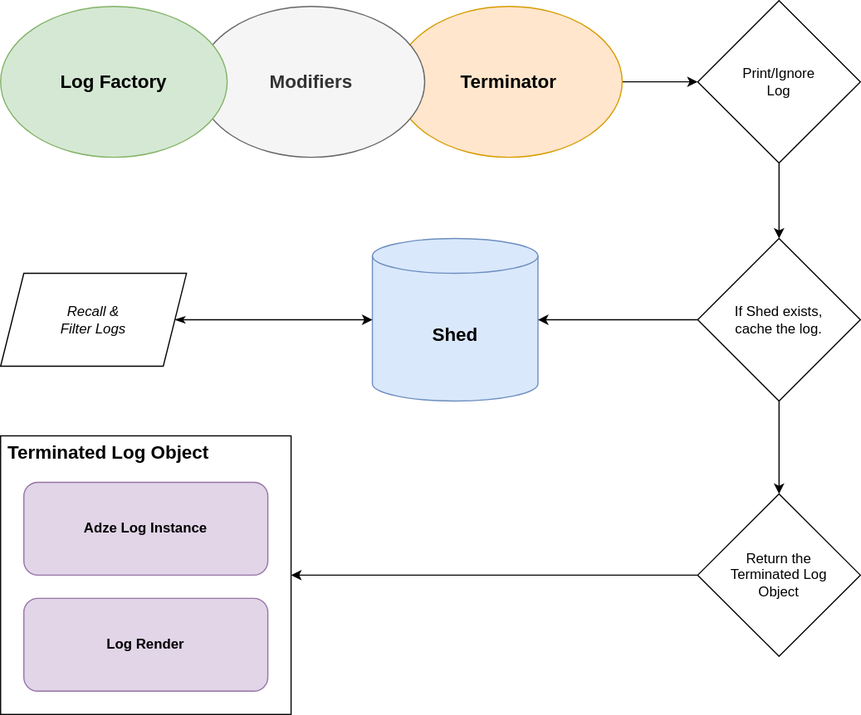
The draw.io diagram docs/assets/basic-architecture.svg in adzejs/adze, before a commit. Source tidied: cells renumbered, new cells last; positions are measured from the earlier drawing's top-left corner, leaving out a move shared by most shapes.
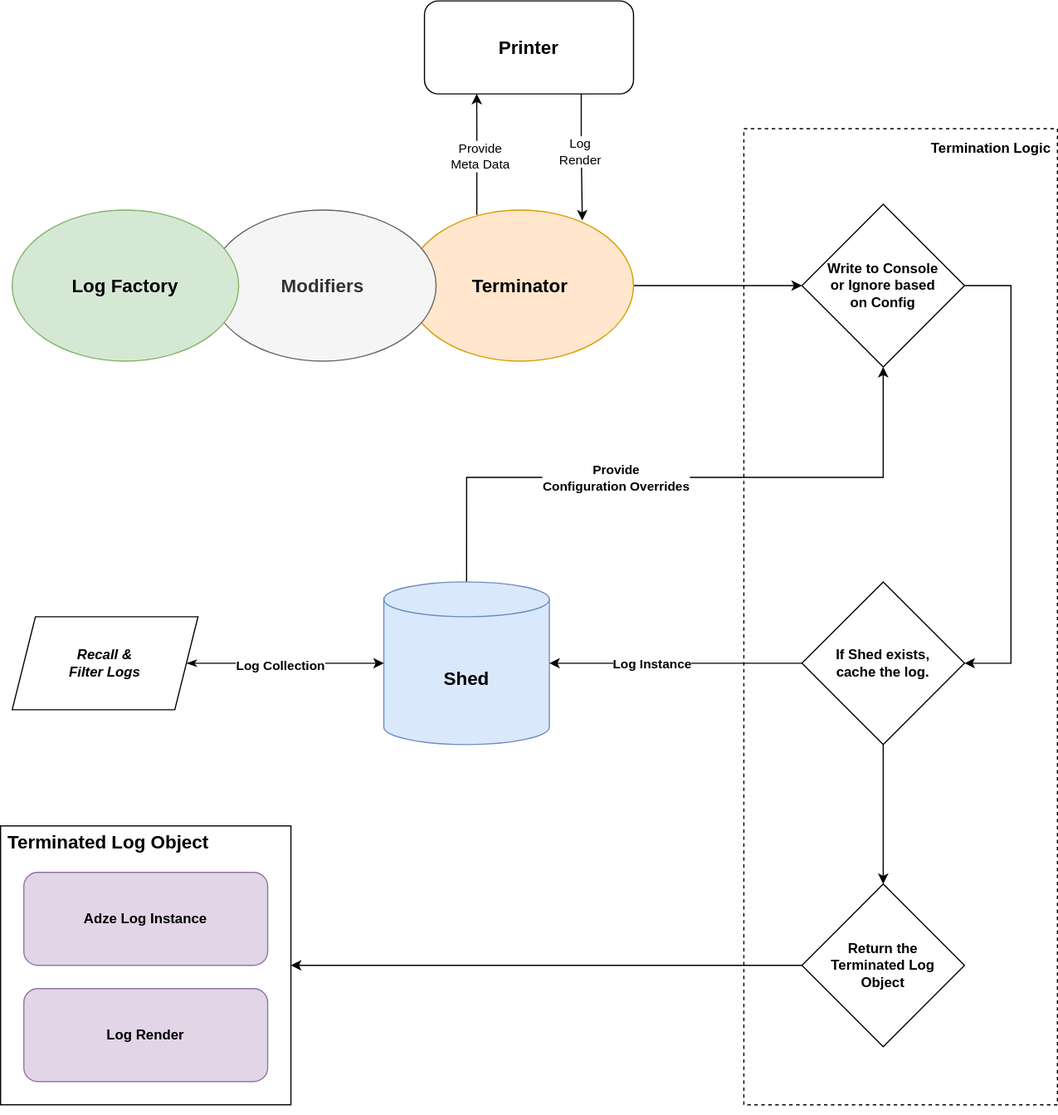
The same diagram one commit later.

Commit message:
Working through the Adze guide. Fixed a bug where the render wasn't getting saved to the log instance once terminated which was causing the rerender function to fail.

Diff of the diagram source:
```diff
@@ -2,56 +2,108 @@
   <root>
     <mxCell id="0" />
     <mxCell id="1" parent="0" />
+    <mxCell id="19" value="&lt;div align=&quot;right&quot;&gt;&lt;b&gt;Termination Logic&amp;nbsp; &lt;br&gt;&lt;/b&gt;&lt;/div&gt;&lt;div&gt;&lt;br&gt;&lt;/div&gt;&lt;div&gt;&lt;br&gt;&lt;/div&gt;&lt;div&gt;&lt;br&gt;&lt;/div&gt;&lt;div&gt;&lt;br&gt;&lt;/div&gt;&lt;div&gt;&lt;br&gt;&lt;/div&gt;&lt;div&gt;&lt;br&gt;&lt;/div&gt;&lt;div&gt;&lt;br&gt;&lt;/div&gt;&lt;div&gt;&lt;br&gt;&lt;/div&gt;&lt;div&gt;&lt;br&gt;&lt;/div&gt;&lt;div&gt;&lt;br&gt;&lt;/div&gt;&lt;div&gt;&lt;br&gt;&lt;/div&gt;&lt;div&gt;&lt;br&gt;&lt;/div&gt;&lt;div&gt;&lt;br&gt;&lt;/div&gt;&lt;div&gt;&lt;br&gt;&lt;/div&gt;&lt;div&gt;&lt;br&gt;&lt;/div&gt;&lt;div&gt;&lt;br&gt;&lt;/div&gt;&lt;div&gt;&lt;br&gt;&lt;/div&gt;&lt;div&gt;&lt;br&gt;&lt;/div&gt;&lt;div&gt;&lt;br&gt;&lt;/div&gt;&lt;div&gt;&lt;br&gt;&lt;/div&gt;&lt;div&gt;&lt;br&gt;&lt;/div&gt;&lt;div&gt;&lt;br&gt;&lt;/div&gt;&lt;div&gt;&lt;br&gt;&lt;/div&gt;&lt;div&gt;&lt;br&gt;&lt;/div&gt;&lt;div&gt;&lt;br&gt;&lt;/div&gt;&lt;div&gt;&lt;br&gt;&lt;/div&gt;&lt;div&gt;&lt;br&gt;&lt;/div&gt;&lt;div&gt;&lt;br&gt;&lt;/div&gt;&lt;div&gt;&lt;br&gt;&lt;/div&gt;&lt;div&gt;&lt;br&gt;&lt;/div&gt;&lt;div&gt;&lt;br&gt;&lt;/div&gt;&lt;div&gt;&lt;br&gt;&lt;/div&gt;&lt;div&gt;&lt;br&gt;&lt;/div&gt;&lt;div&gt;&lt;br&gt;&lt;/div&gt;&lt;div&gt;&lt;br&gt;&lt;/div&gt;&lt;div&gt;&lt;br&gt;&lt;/div&gt;&lt;div&gt;&lt;br&gt;&lt;/div&gt;&lt;div&gt;&lt;br&gt;&lt;/div&gt;&lt;div&gt;&lt;br&gt;&lt;/div&gt;&lt;div&gt;&lt;br&gt;&lt;/div&gt;&lt;div&gt;&lt;br&gt;&lt;/div&gt;&lt;div&gt;&lt;br&gt;&lt;/div&gt;&lt;div&gt;&lt;br&gt;&lt;/div&gt;&lt;div&gt;&lt;br&gt;&lt;/div&gt;&lt;div&gt;&lt;br&gt;&lt;/div&gt;&lt;div&gt;&lt;br&gt;&lt;/div&gt;&lt;div&gt;&lt;br&gt;&lt;/div&gt;&lt;div&gt;&lt;br&gt;&lt;/div&gt;&lt;div&gt;&lt;br&gt;&lt;/div&gt;&lt;div&gt;&lt;br&gt;&lt;/div&gt;&lt;div&gt;&lt;br&gt;&lt;/div&gt;&lt;div&gt;&lt;br&gt;&lt;/div&gt;&lt;div&gt;&lt;br&gt;&lt;/div&gt;&lt;div&gt;&lt;br&gt;&lt;/div&gt;&lt;div&gt;&lt;br&gt;&lt;/div&gt;&lt;div&gt;&lt;br&gt;&lt;/div&gt;" style="rounded=0;whiteSpace=wrap;html=1;dashed=1;align=right;" parent="1" vertex="1">
+      <mxGeometry x="620" y="-1005" width="270" height="840" as="geometry" />
+    </mxCell>
-    <mxCell id="2" style="edgeStyle=orthogonalEdgeStyle;rounded=0;jettySize=auto;html=1;exitX=1;exitY=0.5;exitDx=0;exitDy=0;entryX=0;entryY=0.5;entryDx=0;entryDy=0;" parent="1" edge="1" source="3" target="11">
+    <mxCell id="2" style="edgeStyle=orthogonalEdgeStyle;rounded=0;jettySize=auto;html=1;entryX=0;entryY=0.5;entryDx=0;entryDy=0;exitX=1;exitY=0.5;exitDx=0;exitDy=0;" parent="1" edge="1" source="3" target="11">
       <mxGeometry relative="1" as="geometry" />
     </mxCell>
     <mxCell id="3" value="&lt;font style=&quot;font-size: 16px&quot;&gt;&lt;b&gt;Terminator&lt;/b&gt;&lt;/font&gt;" style="ellipse;whiteSpace=wrap;html=1;fillColor=#ffe6cc;strokeColor=#d79b00;" parent="1" vertex="1">
-      <mxGeometry x="340" y="5" width="195" height="130" as="geometry" />
+      <mxGeometry x="330" y="-935" width="195" height="130" as="geometry" />
     </mxCell>
     <mxCell id="4" value="&lt;b&gt;&lt;font style=&quot;font-size: 16px&quot;&gt;Modifiers&lt;/font&gt;&lt;/b&gt;" style="ellipse;whiteSpace=wrap;html=1;fillColor=#f5f5f5;strokeColor=#666666;fontColor=#333333;" parent="1" vertex="1">
-      <mxGeometry x="170" y="5" width="195" height="130" as="geometry" />
+      <mxGeometry x="160" y="-935" width="195" height="130" as="geometry" />
     </mxCell>
     <mxCell id="5" value="&lt;b&gt;&lt;font style=&quot;font-size: 16px&quot;&gt;Log Factory&lt;/font&gt;&lt;/b&gt;" style="ellipse;whiteSpace=wrap;html=1;fillColor=#d5e8d4;strokeColor=#82b366;" parent="1" vertex="1">
-      <mxGeometry y="5" width="195" height="130" as="geometry" />
+      <mxGeometry x="-10" y="-935" width="195" height="130" as="geometry" />
     </mxCell>
+    <mxCell id="9" style="edgeStyle=orthogonalEdgeStyle;rounded=0;jettySize=auto;html=1;entryX=1;entryY=0.5;entryDx=0;entryDy=0;exitX=0;exitY=0.5;exitDx=0;exitDy=0;" parent="1" edge="1" source="16" target="6">
+      <mxGeometry relative="1" as="geometry" />
+    </mxCell>
+    <mxCell id="10" style="edgeStyle=orthogonalEdgeStyle;rounded=0;jettySize=auto;html=1;exitX=1;exitY=0.5;exitDx=0;exitDy=0;entryX=1;entryY=0.5;entryDx=0;entryDy=0;" parent="1" edge="1" source="11" target="15">
+      <mxGeometry relative="1" as="geometry">
+        <Array as="points">
+          <mxPoint x="850" y="-870" />
+          <mxPoint x="850" y="-545" />
+        </Array>
+      </mxGeometry>
+    </mxCell>
+    <mxCell id="11" value="&lt;div&gt;&lt;b&gt;Write to Console&lt;/b&gt;&lt;/div&gt;&lt;div&gt;&lt;b&gt; or Ignore based&lt;/b&gt;&lt;/div&gt;&lt;div&gt;&lt;b&gt;on Config&lt;br&gt;&lt;/b&gt;&lt;/div&gt;" style="rhombus;whiteSpace=wrap;html=1;" parent="1" vertex="1">
+      <mxGeometry x="670" y="-940" width="140" height="140" as="geometry" />
+    </mxCell>
+    <mxCell id="20" style="edgeStyle=orthogonalEdgeStyle;rounded=0;jettySize=auto;html=1;exitX=0.5;exitY=0;exitDx=0;exitDy=0;exitPerimeter=0;startArrow=none;startFill=0;entryX=0.5;entryY=1;entryDx=0;entryDy=0;" parent="1" edge="1" source="12" target="11">
+      <mxGeometry relative="1" as="geometry">
+        <Array as="points">
+          <mxPoint x="381" y="-705" />
+          <mxPoint x="740" y="-705" />
+        </Array>
+      </mxGeometry>
+    </mxCell>
+    <mxCell id="21" value="&lt;div&gt;&lt;b&gt;Provide&lt;/b&gt;&lt;/div&gt;&lt;div&gt;&lt;b&gt;Configuration Overrides&lt;br&gt;&lt;/b&gt;&lt;/div&gt;" style="edgeLabel;html=1;align=center;verticalAlign=middle;" parent="20" vertex="1">
+      <mxGeometry x="-0.26" y="3" relative="1" as="geometry">
+        <mxPoint x="16.7" y="3" as="offset" />
+      </mxGeometry>
+    </mxCell>
+    <mxCell id="12" value="&lt;font style=&quot;font-size: 16px&quot;&gt;&lt;b&gt;Shed&lt;/b&gt;&lt;/font&gt;" style="shape=cylinder3;whiteSpace=wrap;html=1;boundedLbl=1;backgroundOutline=1;size=15;fillColor=#dae8fc;strokeColor=#6c8ebf;" parent="1" vertex="1">
+      <mxGeometry x="310" y="-615" width="142.5" height="140" as="geometry" />
+    </mxCell>
+    <mxCell id="13" style="edgeStyle=orthogonalEdgeStyle;rounded=0;jettySize=auto;html=1;exitX=0.5;exitY=1;exitDx=0;exitDy=0;entryX=0.5;entryY=0;entryDx=0;entryDy=0;" parent="1" edge="1" source="15" target="16">
+      <mxGeometry relative="1" as="geometry" />
+    </mxCell>
+    <mxCell id="14" style="edgeStyle=orthogonalEdgeStyle;rounded=0;jettySize=auto;html=1;exitX=0;exitY=0.5;exitDx=0;exitDy=0;entryX=1;entryY=0.5;entryDx=0;entryDy=0;entryPerimeter=0;" parent="1" edge="1" source="15" target="12">
+      <mxGeometry relative="1" as="geometry" />
+    </mxCell>
+    <mxCell id="22" value="&lt;b&gt;Log Instance&lt;/b&gt;" style="edgeLabel;html=1;align=center;verticalAlign=middle;" parent="14" vertex="1">
+      <mxGeometry x="-0.11" y="1" relative="1" as="geometry">
+        <mxPoint x="-33" y="-1" as="offset" />
+      </mxGeometry>
+    </mxCell>
+    <mxCell id="15" value="&lt;div&gt;&lt;b&gt;If Shed exists,&lt;/b&gt;&lt;/div&gt;&lt;div&gt;&lt;b&gt;cache the log.&lt;br&gt;&lt;/b&gt;&lt;/div&gt;" style="rhombus;whiteSpace=wrap;html=1;" parent="1" vertex="1">
+      <mxGeometry x="670" y="-615" width="140" height="140" as="geometry" />
+    </mxCell>
+    <mxCell id="16" value="&lt;div&gt;&lt;b&gt;Return the &lt;br&gt;&lt;/b&gt;&lt;/div&gt;&lt;div&gt;&lt;b&gt;Terminated Log&lt;/b&gt;&lt;/div&gt;&lt;div&gt;&lt;b&gt;Object&lt;br&gt;&lt;/b&gt;&lt;/div&gt;" style="rhombus;whiteSpace=wrap;html=1;" parent="1" vertex="1">
+      <mxGeometry x="670" y="-355" width="140" height="140" as="geometry" />
+    </mxCell>
+    <mxCell id="17" style="edgeStyle=orthogonalEdgeStyle;rounded=0;jettySize=auto;html=1;exitX=1;exitY=0.5;exitDx=0;exitDy=0;entryX=0;entryY=0.5;entryDx=0;entryDy=0;entryPerimeter=0;startArrow=classicThin;startFill=1;" parent="1" edge="1" source="18" target="12">
+      <mxGeometry relative="1" as="geometry" />
+    </mxCell>
+    <mxCell id="23" value="&lt;b&gt;Log Collection&lt;/b&gt;" style="edgeLabel;html=1;align=center;verticalAlign=middle;" parent="17" vertex="1">
+      <mxGeometry x="-0.06" y="-1" relative="1" as="geometry" />
+    </mxCell>
+    <mxCell id="18" value="&lt;div&gt;&lt;b&gt;&lt;i&gt;Recall &amp;amp;&lt;/i&gt;&lt;/b&gt;&lt;/div&gt;&lt;div&gt;&lt;b&gt;&lt;i&gt;Filter Logs&lt;br&gt;&lt;/i&gt;&lt;/b&gt;&lt;/div&gt;" style="shape=parallelogram;perimeter=parallelogramPerimeter;whiteSpace=wrap;html=1;fixedSize=1;" parent="1" vertex="1">
+      <mxGeometry x="-10" y="-585" width="160" height="80" as="geometry" />
+    </mxCell>
+    <mxCell id="24" style="group;" parent="1" vertex="1">
+      <mxGeometry x="-20" y="-405" width="250" height="240" as="geometry" />
+    </mxCell>
-    <mxCell id="6" value="&lt;div align=&quot;left&quot;&gt;&lt;font style=&quot;font-size: 16px&quot;&gt;&lt;b&gt;&amp;nbsp;Terminated Log Object &lt;br&gt;&lt;/b&gt;&lt;/font&gt;&lt;/div&gt;&lt;div align=&quot;left&quot;&gt;&lt;font style=&quot;font-size: 16px&quot;&gt;&lt;b&gt;&lt;br&gt;&lt;/b&gt;&lt;/font&gt;&lt;/div&gt;&lt;div align=&quot;left&quot;&gt;&lt;font style=&quot;font-size: 16px&quot;&gt;&lt;b&gt;&lt;br&gt;&lt;/b&gt;&lt;/font&gt;&lt;/div&gt;&lt;div align=&quot;left&quot;&gt;&lt;font style=&quot;font-size: 16px&quot;&gt;&lt;b&gt;&lt;br&gt;&lt;/b&gt;&lt;/font&gt;&lt;/div&gt;&lt;div align=&quot;left&quot;&gt;&lt;font style=&quot;font-size: 16px&quot;&gt;&lt;b&gt;&lt;br&gt;&lt;/b&gt;&lt;/font&gt;&lt;/div&gt;&lt;div align=&quot;left&quot;&gt;&lt;font style=&quot;font-size: 16px&quot;&gt;&lt;b&gt;&lt;br&gt;&lt;/b&gt;&lt;/font&gt;&lt;/div&gt;&lt;div align=&quot;left&quot;&gt;&lt;font style=&quot;font-size: 16px&quot;&gt;&lt;b&gt;&lt;br&gt;&lt;/b&gt;&lt;/font&gt;&lt;/div&gt;&lt;div align=&quot;left&quot;&gt;&lt;font style=&quot;font-size: 16px&quot;&gt;&lt;b&gt;&lt;br&gt;&lt;/b&gt;&lt;/font&gt;&lt;/div&gt;&lt;div align=&quot;left&quot;&gt;&lt;font style=&quot;font-size: 16px&quot;&gt;&lt;b&gt;&lt;br&gt;&lt;/b&gt;&lt;/font&gt;&lt;/div&gt;&lt;div align=&quot;left&quot;&gt;&lt;font style=&quot;font-size: 16px&quot;&gt;&lt;b&gt;&lt;br&gt;&lt;/b&gt;&lt;/font&gt;&lt;/div&gt;&lt;div align=&quot;left&quot;&gt;&lt;font style=&quot;font-size: 16px&quot;&gt;&lt;b&gt;&lt;br&gt;&lt;/b&gt;&lt;/font&gt;&lt;/div&gt;&lt;div align=&quot;left&quot;&gt;&lt;font style=&quot;font-size: 16px&quot;&gt;&lt;b&gt;&lt;br&gt;&lt;/b&gt;&lt;/font&gt;&lt;/div&gt;" style="rounded=0;whiteSpace=wrap;html=1;align=left;" parent="1" vertex="1">
-      <mxGeometry y="375" width="250" height="240" as="geometry" />
+    <mxCell id="6" value="&lt;div align=&quot;left&quot;&gt;&lt;font style=&quot;font-size: 16px&quot;&gt;&lt;b&gt;&amp;nbsp;Terminated Log Object &lt;br&gt;&lt;/b&gt;&lt;/font&gt;&lt;/div&gt;&lt;div align=&quot;left&quot;&gt;&lt;font style=&quot;font-size: 16px&quot;&gt;&lt;b&gt;&lt;br&gt;&lt;/b&gt;&lt;/font&gt;&lt;/div&gt;&lt;div align=&quot;left&quot;&gt;&lt;font style=&quot;font-size: 16px&quot;&gt;&lt;b&gt;&lt;br&gt;&lt;/b&gt;&lt;/font&gt;&lt;/div&gt;&lt;div align=&quot;left&quot;&gt;&lt;font style=&quot;font-size: 16px&quot;&gt;&lt;b&gt;&lt;br&gt;&lt;/b&gt;&lt;/font&gt;&lt;/div&gt;&lt;div align=&quot;left&quot;&gt;&lt;font style=&quot;font-size: 16px&quot;&gt;&lt;b&gt;&lt;br&gt;&lt;/b&gt;&lt;/font&gt;&lt;/div&gt;&lt;div align=&quot;left&quot;&gt;&lt;font style=&quot;font-size: 16px&quot;&gt;&lt;b&gt;&lt;br&gt;&lt;/b&gt;&lt;/font&gt;&lt;/div&gt;&lt;div align=&quot;left&quot;&gt;&lt;font style=&quot;font-size: 16px&quot;&gt;&lt;b&gt;&lt;br&gt;&lt;/b&gt;&lt;/font&gt;&lt;/div&gt;&lt;div align=&quot;left&quot;&gt;&lt;font style=&quot;font-size: 16px&quot;&gt;&lt;b&gt;&lt;br&gt;&lt;/b&gt;&lt;/font&gt;&lt;/div&gt;&lt;div align=&quot;left&quot;&gt;&lt;font style=&quot;font-size: 16px&quot;&gt;&lt;b&gt;&lt;br&gt;&lt;/b&gt;&lt;/font&gt;&lt;/div&gt;&lt;div align=&quot;left&quot;&gt;&lt;font style=&quot;font-size: 16px&quot;&gt;&lt;b&gt;&lt;br&gt;&lt;/b&gt;&lt;/font&gt;&lt;/div&gt;&lt;div align=&quot;left&quot;&gt;&lt;font style=&quot;font-size: 16px&quot;&gt;&lt;b&gt;&lt;br&gt;&lt;/b&gt;&lt;/font&gt;&lt;/div&gt;&lt;div align=&quot;left&quot;&gt;&lt;font style=&quot;font-size: 16px&quot;&gt;&lt;b&gt;&lt;br&gt;&lt;/b&gt;&lt;/font&gt;&lt;/div&gt;" style="rounded=0;whiteSpace=wrap;html=1;align=left;" parent="24" vertex="1">
+      <mxGeometry width="250" height="240" as="geometry" />
     </mxCell>
-    <mxCell id="7" value="&lt;b&gt;Adze Log Instance&lt;/b&gt;" style="rounded=1;whiteSpace=wrap;html=1;fillColor=#e1d5e7;strokeColor=#9673a6;" parent="1" vertex="1">
-      <mxGeometry x="20" y="415" width="210" height="80" as="geometry" />
+    <mxCell id="7" value="&lt;b&gt;Adze Log Instance&lt;/b&gt;" style="rounded=1;whiteSpace=wrap;html=1;fillColor=#e1d5e7;strokeColor=#9673a6;" parent="24" vertex="1">
+      <mxGeometry x="20" y="40" width="210" height="80" as="geometry" />
     </mxCell>
-    <mxCell id="8" value="&lt;b&gt;Log Render&lt;/b&gt;" style="rounded=1;whiteSpace=wrap;html=1;fillColor=#e1d5e7;strokeColor=#9673a6;" parent="1" vertex="1">
-      <mxGeometry x="20" y="515" width="210" height="80" as="geometry" />
+    <mxCell id="8" value="&lt;b&gt;Log Render&lt;/b&gt;" style="rounded=1;whiteSpace=wrap;html=1;fillColor=#e1d5e7;strokeColor=#9673a6;" parent="24" vertex="1">
+      <mxGeometry x="20" y="140" width="210" height="80" as="geometry" />
     </mxCell>
-    <mxCell id="9" style="edgeStyle=orthogonalEdgeStyle;rounded=0;jettySize=auto;html=1;entryX=1;entryY=0.5;entryDx=0;entryDy=0;exitX=0;exitY=0.5;exitDx=0;exitDy=0;" parent="1" edge="1" source="16" target="6">
-      <mxGeometry relative="1" as="geometry" />
-    </mxCell>
-    <mxCell id="10" style="edgeStyle=orthogonalEdgeStyle;rounded=0;jettySize=auto;html=1;exitX=0.5;exitY=1;exitDx=0;exitDy=0;entryX=0.5;entryY=0;entryDx=0;entryDy=0;" parent="1" edge="1" source="11" target="15">
-      <mxGeometry relative="1" as="geometry" />
-    </mxCell>
-    <mxCell id="11" value="&lt;div&gt;Print/Ignore&lt;/div&gt;&lt;div&gt;Log&lt;br&gt;&lt;/div&gt;" style="rhombus;whiteSpace=wrap;html=1;" parent="1" vertex="1">
-      <mxGeometry x="600" width="140" height="140" as="geometry" />
-    </mxCell>
-    <mxCell id="12" value="&lt;font style=&quot;font-size: 16px&quot;&gt;&lt;b&gt;Shed&lt;/b&gt;&lt;/font&gt;" style="shape=cylinder3;whiteSpace=wrap;html=1;boundedLbl=1;backgroundOutline=1;size=15;fillColor=#dae8fc;strokeColor=#6c8ebf;" parent="1" vertex="1">
-      <mxGeometry x="320" y="205" width="142.5" height="140" as="geometry" />
-    </mxCell>
-    <mxCell id="13" style="edgeStyle=orthogonalEdgeStyle;rounded=0;jettySize=auto;html=1;exitX=0.5;exitY=1;exitDx=0;exitDy=0;entryX=0.5;entryY=0;entryDx=0;entryDy=0;" parent="1" edge="1" source="15" target="16">
-      <mxGeometry relative="1" as="geometry" />
-    </mxCell>
-    <mxCell id="14" style="edgeStyle=orthogonalEdgeStyle;rounded=0;jettySize=auto;html=1;exitX=0;exitY=0.5;exitDx=0;exitDy=0;entryX=1;entryY=0.5;entryDx=0;entryDy=0;entryPerimeter=0;" parent="1" edge="1" source="15" target="12">
-      <mxGeometry relative="1" as="geometry" />
-    </mxCell>
-    <mxCell id="15" value="&lt;div&gt;If Shed exists,&lt;/div&gt;&lt;div&gt;cache the log.&lt;br&gt;&lt;/div&gt;" style="rhombus;whiteSpace=wrap;html=1;" parent="1" vertex="1">
-      <mxGeometry x="600" y="205" width="140" height="140" as="geometry" />
-    </mxCell>
-    <mxCell id="16" value="&lt;div&gt;Return the &lt;br&gt;&lt;/div&gt;&lt;div&gt;Terminated Log&lt;/div&gt;&lt;div&gt;Object&lt;br&gt;&lt;/div&gt;" style="rhombus;whiteSpace=wrap;html=1;" parent="1" vertex="1">
-      <mxGeometry x="600" y="425" width="140" height="140" as="geometry" />
-    </mxCell>
-    <mxCell id="17" style="edgeStyle=orthogonalEdgeStyle;rounded=0;jettySize=auto;html=1;exitX=1;exitY=0.5;exitDx=0;exitDy=0;entryX=0;entryY=0.5;entryDx=0;entryDy=0;entryPerimeter=0;startArrow=classicThin;startFill=1;" parent="1" edge="1" source="18" target="12">
-      <mxGeometry relative="1" as="geometry" />
-    </mxCell>
-    <mxCell id="18" value="&lt;div&gt;&lt;i&gt;Recall &amp;amp;&lt;/i&gt;&lt;/div&gt;&lt;div&gt;&lt;i&gt;Filter Logs&lt;br&gt;&lt;/i&gt;&lt;/div&gt;" style="shape=parallelogram;perimeter=parallelogramPerimeter;whiteSpace=wrap;html=1;fixedSize=1;" parent="1" vertex="1">
-      <mxGeometry y="235" width="160" height="80" as="geometry" />
-    </mxCell>
+    <mxCell id="25" style="edgeStyle=orthogonalEdgeStyle;rounded=0;jettySize=auto;html=1;exitX=0.75;exitY=1;exitDx=0;exitDy=0;entryX=0.774;entryY=0.069;entryDx=0;entryDy=0;entryPerimeter=0;startArrow=none;startFill=0;" parent="1" edge="1" source="27" target="3">
+      <mxGeometry relative="1" as="geometry" />
+    </mxCell>
+    <mxCell id="26" value="&lt;div&gt;Log&lt;/div&gt;&lt;div&gt;Render&lt;/div&gt;" style="edgeLabel;html=1;align=center;verticalAlign=middle;" parent="25" vertex="1">
+      <mxGeometry x="-0.11" y="-2" relative="1" as="geometry" />
+    </mxCell>
+    <mxCell id="27" value="&lt;font style=&quot;font-size: 16px&quot;&gt;&lt;b&gt;Printer&lt;/b&gt;&lt;/font&gt;" style="rounded=1;whiteSpace=wrap;html=1;" parent="1" vertex="1">
+      <mxGeometry x="345" y="-1115" width="180" height="80" as="geometry" />
+    </mxCell>
+    <mxCell id="28" style="edgeStyle=orthogonalEdgeStyle;rounded=0;jettySize=auto;html=1;exitX=0.308;exitY=0.031;exitDx=0;exitDy=0;exitPerimeter=0;entryX=0.25;entryY=1;entryDx=0;entryDy=0;" parent="1" edge="1" source="3" target="27">
+      <mxGeometry relative="1" as="geometry" />
+    </mxCell>
+    <mxCell id="29" value="&lt;div&gt;Provide&lt;/div&gt;&lt;div&gt;Meta Data&lt;br&gt;&lt;/div&gt;" style="edgeLabel;html=1;align=center;verticalAlign=middle;" parent="28" vertex="1">
+      <mxGeometry x="-0.06" y="-2" relative="1" as="geometry">
+        <mxPoint y="-2" as="offset" />
+      </mxGeometry>
+    </mxCell>
+    <mxCell id="30" style="edgeStyle=orthogonalEdgeStyle;rounded=0;orthogonalLoop=1;jettySize=auto;html=1;exitX=0.5;exitY=1;exitDx=0;exitDy=0;startArrow=none;startFill=0;" parent="1" edge="1" source="19" target="19">
+      <mxGeometry relative="1" as="geometry" />
+    </mxCell>
   </root>
 </mxGraphModel>
```
